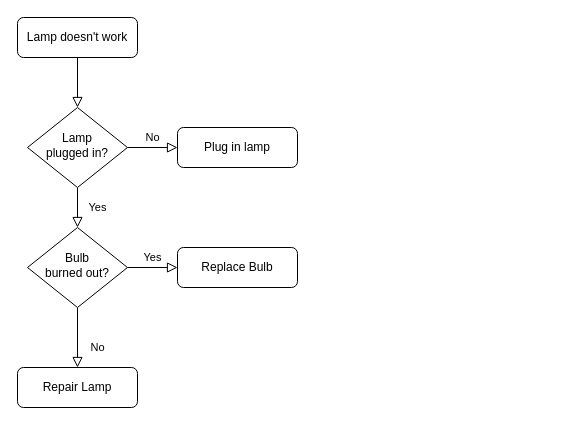
Before: p/data/liuchengtu.drawio in liyuan3210/liyuan3210, a draw.io diagram. Source tidied: cells renumbered, new cells numbered last; positions are measured from the earlier drawing's top-left corner, leaving out a move shared by most shapes. Both pictures are drawn from the tidied source at 100%, with x=0, y=0 at pixel (17, 17).
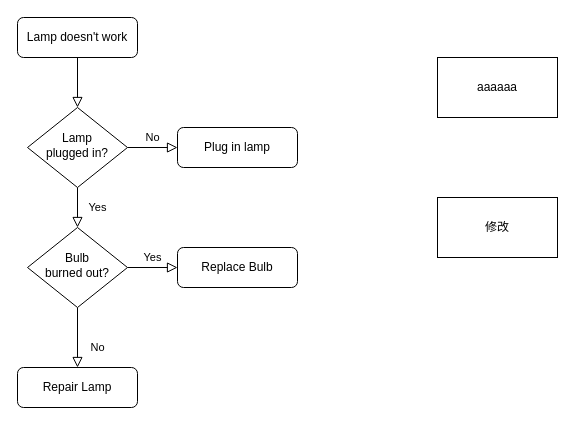
After the change.

The edit, as a diff of the source:
```diff
@@
 <mxGraphModel>
   <root>
     <mxCell id="0" />
     <mxCell id="1" parent="0" />
     <mxCell id="2" style="rounded=0;html=1;jettySize=auto;fontSize=11;endArrow=block;endFill=0;endSize=8;strokeWidth=1;shadow=0;labelBackgroundColor=none;edgeStyle=orthogonalEdgeStyle;" parent="1" edge="1" source="3" target="6">
       <mxGeometry relative="1" as="geometry" />
     </mxCell>
     <mxCell id="3" value="Lamp doesn't work" style="rounded=1;whiteSpace=wrap;html=1;fontSize=12;glass=0;strokeWidth=1;shadow=0;" parent="1" vertex="1">
       <mxGeometry width="120" height="40" as="geometry" />
     </mxCell>
     <mxCell id="4" value="Yes" style="rounded=0;html=1;jettySize=auto;fontSize=11;endArrow=block;endFill=0;endSize=8;strokeWidth=1;shadow=0;labelBackgroundColor=none;edgeStyle=orthogonalEdgeStyle;" parent="1" edge="1" source="6" target="10">
       <mxGeometry y="20" relative="1" as="geometry" />
     </mxCell>
     <mxCell id="5" value="No" style="edgeStyle=orthogonalEdgeStyle;rounded=0;html=1;jettySize=auto;fontSize=11;endArrow=block;endFill=0;endSize=8;strokeWidth=1;shadow=0;labelBackgroundColor=none;" parent="1" edge="1" source="6" target="7">
       <mxGeometry y="10" relative="1" as="geometry" />
     </mxCell>
     <mxCell id="6" value="Lamp&lt;br&gt;plugged in?" style="rhombus;whiteSpace=wrap;html=1;shadow=0;fontFamily=Helvetica;fontSize=12;align=center;strokeWidth=1;spacing=6;spacingTop=-4;" parent="1" vertex="1">
       <mxGeometry x="10" y="90" width="100" height="80" as="geometry" />
     </mxCell>
     <mxCell id="7" value="Plug in lamp" style="rounded=1;whiteSpace=wrap;html=1;fontSize=12;glass=0;strokeWidth=1;shadow=0;" parent="1" vertex="1">
       <mxGeometry x="160" y="110" width="120" height="40" as="geometry" />
     </mxCell>
     <mxCell id="8" value="No" style="rounded=0;html=1;jettySize=auto;fontSize=11;endArrow=block;endFill=0;endSize=8;strokeWidth=1;shadow=0;labelBackgroundColor=none;edgeStyle=orthogonalEdgeStyle;" parent="1" edge="1" source="10" target="11">
       <mxGeometry x="0.33" y="20" relative="1" as="geometry" />
     </mxCell>
     <mxCell id="9" value="Yes" style="edgeStyle=orthogonalEdgeStyle;rounded=0;html=1;jettySize=auto;fontSize=11;endArrow=block;endFill=0;endSize=8;strokeWidth=1;shadow=0;labelBackgroundColor=none;" parent="1" edge="1" source="10" target="12">
       <mxGeometry y="10" relative="1" as="geometry" />
     </mxCell>
     <mxCell id="10" value="Bulb&lt;br&gt;burned out?" style="rhombus;whiteSpace=wrap;html=1;shadow=0;fontFamily=Helvetica;fontSize=12;align=center;strokeWidth=1;spacing=6;spacingTop=-4;" parent="1" vertex="1">
       <mxGeometry x="10" y="210" width="100" height="80" as="geometry" />
     </mxCell>
     <mxCell id="11" value="Repair Lamp" style="rounded=1;whiteSpace=wrap;html=1;fontSize=12;glass=0;strokeWidth=1;shadow=0;" parent="1" vertex="1">
       <mxGeometry y="350" width="120" height="40" as="geometry" />
     </mxCell>
     <mxCell id="12" value="Replace Bulb" style="rounded=1;whiteSpace=wrap;html=1;fontSize=12;glass=0;strokeWidth=1;shadow=0;" parent="1" vertex="1">
       <mxGeometry x="160" y="230" width="120" height="40" as="geometry" />
     </mxCell>
+    <mxCell id="13" value="aaaaaa" style="rounded=0;whiteSpace=wrap;html=1;" parent="1" vertex="1">
+      <mxGeometry x="420" y="40" width="120" height="60" as="geometry" />
+    </mxCell>
+    <mxCell id="14" value="修改" style="rounded=0;whiteSpace=wrap;html=1;" parent="1" vertex="1">
+      <mxGeometry x="420" y="180" width="120" height="60" as="geometry" />
+    </mxCell>
   </root>
 </mxGraphModel>
```
